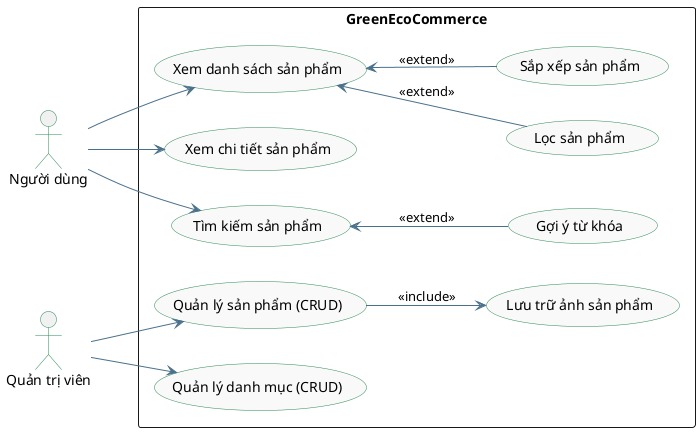
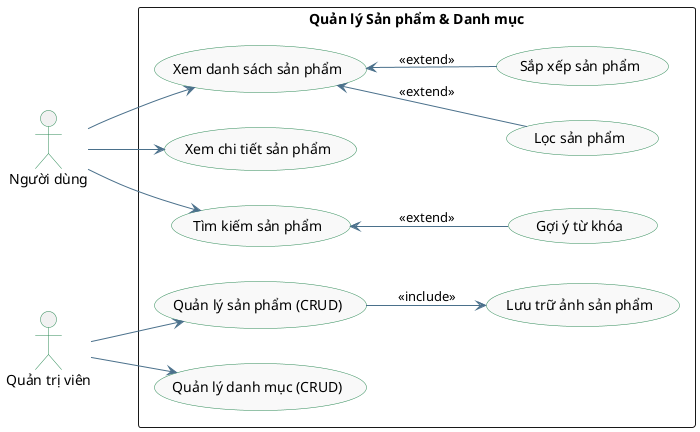
@startuml GreenEcoCommerce_UseCase_Product_Category_v1.0.0
left to right direction

' Cấu hình giao diện
skinparam packageStyle rectangle
skinparam UseCaseBackgroundColor #F9F9F9
skinparam UseCaseBorderColor #2E8B57
skinparam ActorBorderColor #2E8B57
skinparam ArrowColor #4A708B

actor "Người dùng" as User
actor "Quản trị viên" as Admin

- rectangle "GreenEcoCommerce" {
+ rectangle "Quản lý Sản phẩm & Danh mục" {
  usecase "Xem danh sách sản phẩm" as UC_ViewListProduct
  usecase "Xem chi tiết sản phẩm" as UC_ViewDetailProduct
  usecase "Tìm kiếm sản phẩm" as UC_SearchProduct
  usecase "Quản lý sản phẩm (CRUD)" as UC_ManageProduct
  usecase "Quản lý danh mục (CRUD)" as UC_ManageCategory

  usecase "Lọc sản phẩm" as UC_FilterProduct
  usecase "Sắp xếp sản phẩm" as UC_SortProduct
  usecase "Gợi ý từ khóa" as UC_HintKeyWord
  usecase "Lưu trữ ảnh sản phẩm" as UC_StoreImage
}

User --> UC_ViewListProduct
User --> UC_ViewDetailProduct
User --> UC_SearchProduct

Admin --> UC_ManageProduct
Admin --> UC_ManageCategory

UC_ViewListProduct <-- UC_SortProduct : <<extend>>
UC_ViewListProduct <-- UC_FilterProduct : <<extend>>
UC_SearchProduct <-- UC_HintKeyWord : <<extend>>
UC_ManageProduct --> UC_StoreImage : <<include>>

@enduml
